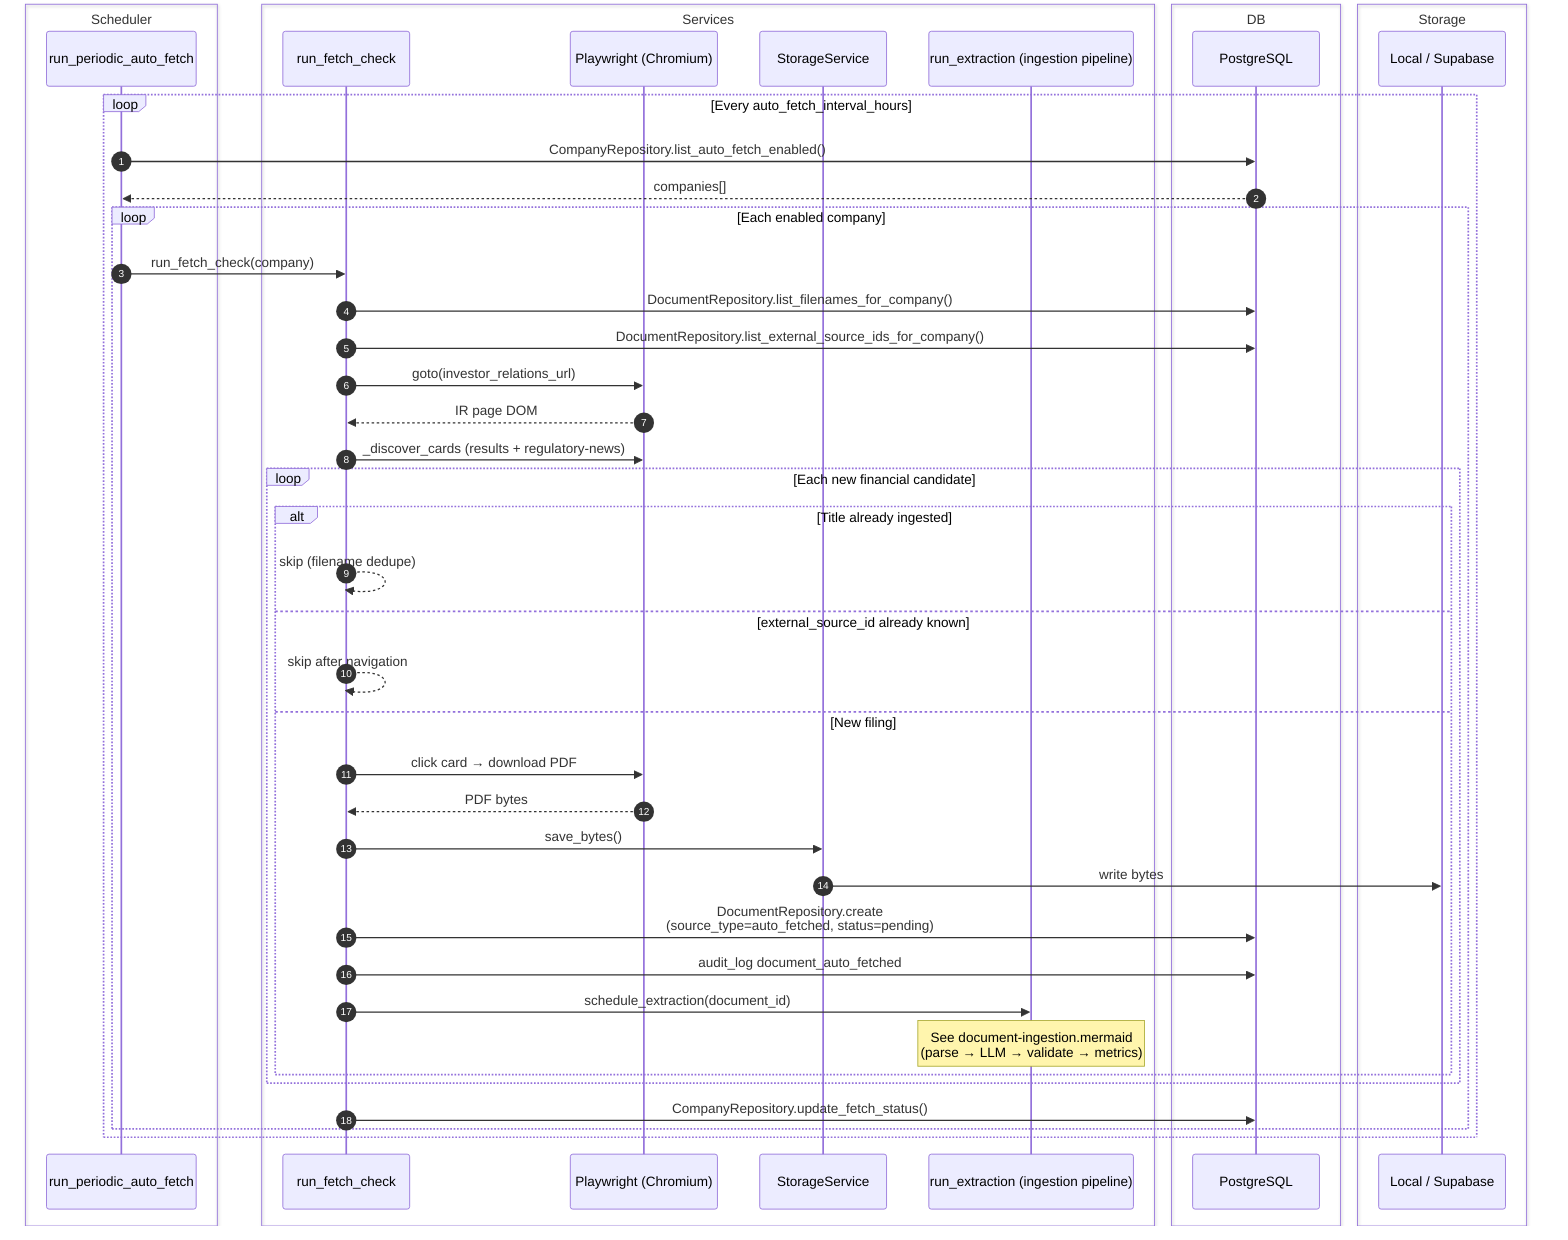
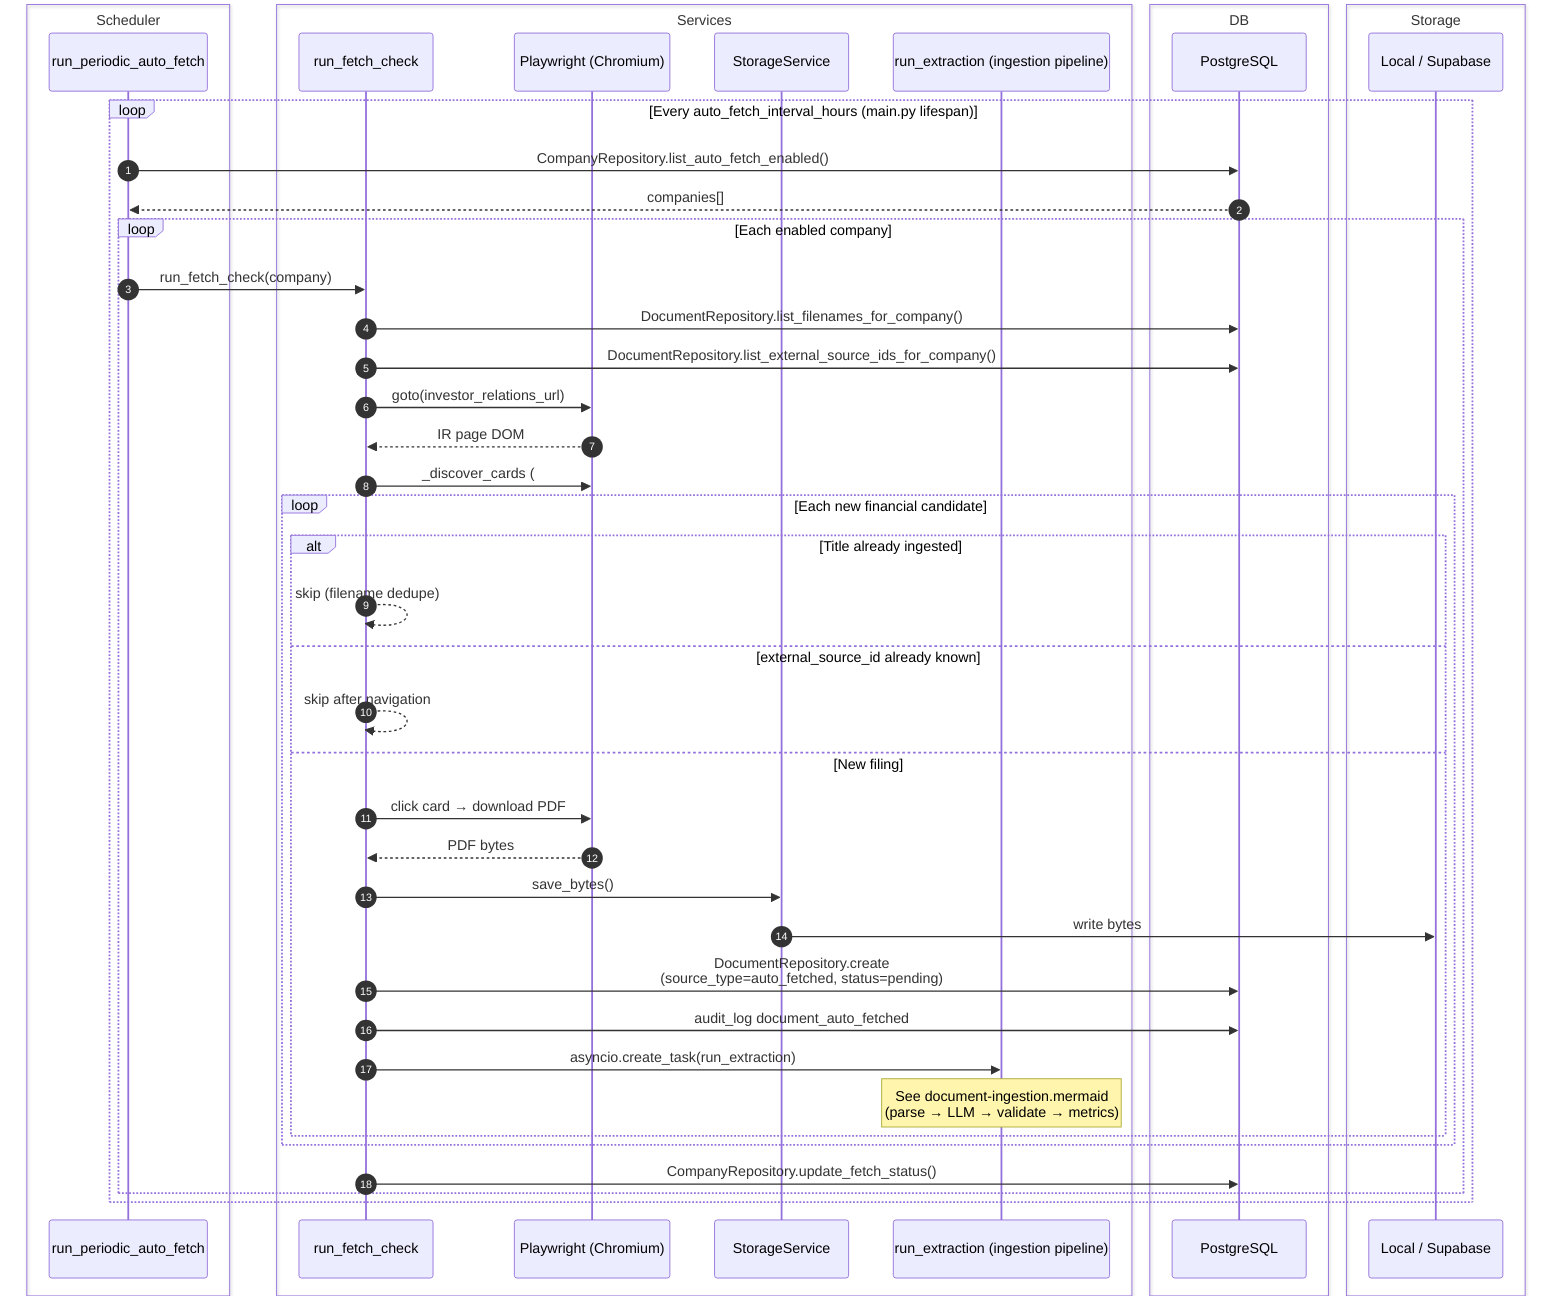
sequenceDiagram
    autonumber
    box Scheduler
        participant Scheduler as run_periodic_auto_fetch
    end
    box Services
        participant AutoFetch as run_fetch_check
        participant Playwright as Playwright (Chromium)
        participant StorageService
        participant Ingestion as run_extraction (ingestion pipeline)
    end
    box DB
        participant DB as PostgreSQL
    end
    box Storage
        participant Storage as Local / Supabase
    end

-     loop Every auto_fetch_interval_hours
+     loop Every auto_fetch_interval_hours (main.py lifespan)
        Scheduler->>DB: CompanyRepository.list_auto_fetch_enabled()
        DB-->>Scheduler: companies[]

        loop Each enabled company
            Scheduler->>AutoFetch: run_fetch_check(company)
            AutoFetch->>DB: DocumentRepository.list_filenames_for_company()
            AutoFetch->>DB: DocumentRepository.list_external_source_ids_for_company()

            AutoFetch->>Playwright: goto(investor_relations_url)
            Playwright-->>AutoFetch: IR page DOM
-             AutoFetch->>Playwright: _discover_cards (results + regulatory-news)
+             AutoFetch->>Playwright: _discover_cards (#results + #regulatory-news)

            loop Each new financial candidate
                alt Title already ingested
                    AutoFetch-->>AutoFetch: skip (filename dedupe)
                else external_source_id already known
                    AutoFetch-->>AutoFetch: skip after navigation
                else New filing
                    AutoFetch->>Playwright: click card → download PDF
                    Playwright-->>AutoFetch: PDF bytes
                    AutoFetch->>StorageService: save_bytes()
                    StorageService->>Storage: write bytes
                    AutoFetch->>DB: DocumentRepository.create<br/>(source_type=auto_fetched, status=pending)
                    AutoFetch->>DB: audit_log document_auto_fetched
-                     AutoFetch->>Ingestion: schedule_extraction(document_id)
+                     AutoFetch->>Ingestion: asyncio.create_task(run_extraction)
                    Note over Ingestion: See document-ingestion.mermaid<br/>(parse → LLM → validate → metrics)
                end
            end

            AutoFetch->>DB: CompanyRepository.update_fetch_status()
        end
    end
